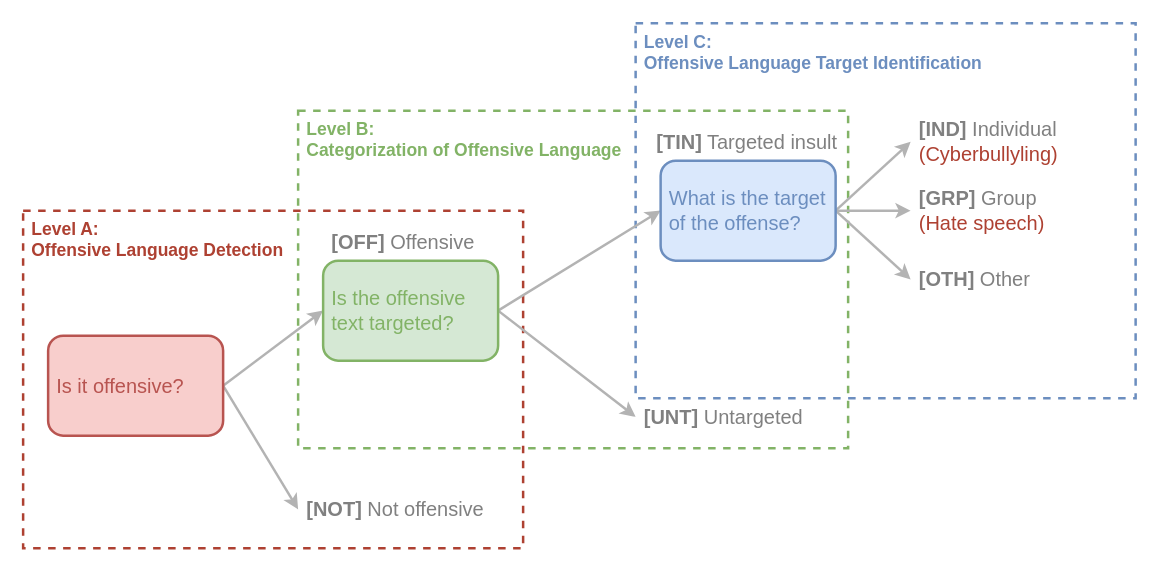
DougTrajano/olid-br keeps this draw.io diagram as page "OLID_taxonomy" (1 of 6) of docs/diagrams/diagrams.drawio. Above is the earlier version. Source tidied: cells renumbered, new cells numbered last; positions are measured from the earlier drawing's top-left corner, leaving out a move shared by most shapes. Both pictures are drawn from the tidied source at 125%, with x=0, y=0 at pixel (22, 22).
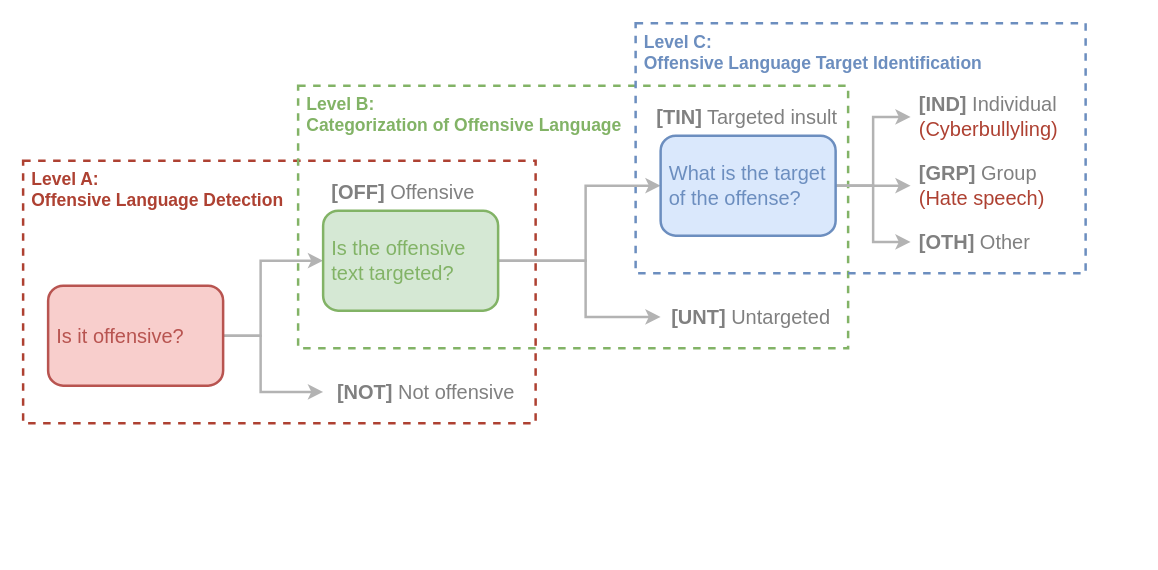
The same page after the edit.

Diff of the diagram source:
```diff
@@
     <mxCell id="2" value="Level A:&lt;br style=&quot;font-size: 14px;&quot;&gt;Offensive Language Detection" style="rounded=0;whiteSpace=wrap;html=1;strokeColor=#ae4132;fillColor=none;verticalAlign=top;align=left;fontColor=#AE4132;strokeWidth=2;spacingLeft=5;fontSize=14;fontStyle=1;dashed=1;" parent="1" vertex="1">
-      <mxGeometry y="150" width="400" height="270" as="geometry" />
+      <mxGeometry y="110" width="410" height="210" as="geometry" />
     </mxCell>
     <mxCell id="3" value="Level B:&lt;br style=&quot;font-size: 14px;&quot;&gt;Categorization of Offensive Language" style="rounded=0;whiteSpace=wrap;html=1;strokeColor=#82b366;fillColor=none;verticalAlign=top;align=left;fontColor=#82B366;strokeWidth=2;spacingLeft=5;fontSize=14;fontStyle=1;dashed=1;" parent="1" vertex="1">
-      <mxGeometry x="220" y="70" width="440" height="270" as="geometry" />
+      <mxGeometry x="220" y="50" width="440" height="210" as="geometry" />
     </mxCell>
     <mxCell id="4" value="Level C:&lt;br style=&quot;font-size: 14px;&quot;&gt;Offensive Language Target Identification" style="rounded=0;whiteSpace=wrap;html=1;strokeColor=#6c8ebf;fillColor=none;verticalAlign=top;align=left;fontColor=#6C8EBF;strokeWidth=2;spacingLeft=5;fontSize=14;fontStyle=1;dashed=1;" parent="1" vertex="1">
-      <mxGeometry x="490" width="400" height="300" as="geometry" />
+      <mxGeometry x="490" width="360" height="200" as="geometry" />
     </mxCell>
-    <mxCell id="5" style="rounded=0;jettySize=auto;html=1;entryX=0;entryY=0.5;entryDx=0;entryDy=0;fontSize=14;fontColor=#6C8EBF;startArrow=none;startFill=0;strokeWidth=2;strokeColor=#B3B3B3;exitX=1;exitY=0.5;exitDx=0;exitDy=0;" parent="1" edge="1" source="7" target="10">
-      <mxGeometry relative="1" as="geometry" />
+    <mxCell id="5" style="rounded=0;jettySize=auto;html=1;entryX=0;entryY=0.5;entryDx=0;entryDy=0;fontSize=14;fontColor=#6C8EBF;startArrow=none;startFill=0;strokeWidth=2;strokeColor=#B3B3B3;exitX=1;exitY=0.5;exitDx=0;exitDy=0;edgeStyle=orthogonalEdgeStyle;" parent="1" edge="1" source="7" target="10">
+      <mxGeometry relative="1" as="geometry">
+        <Array as="points">
+          <mxPoint x="190" y="250" />
+          <mxPoint x="190" y="190" />
+        </Array>
+      </mxGeometry>
     </mxCell>
-    <mxCell id="6" style="edgeStyle=none;rounded=0;jettySize=auto;html=1;exitX=1;exitY=0.5;exitDx=0;exitDy=0;entryX=0;entryY=0.5;entryDx=0;entryDy=0;fontSize=14;fontColor=#6C8EBF;startArrow=none;startFill=0;strokeColor=#B3B3B3;strokeWidth=2;" parent="1" edge="1" source="7" target="15">
-      <mxGeometry relative="1" as="geometry" />
+    <mxCell id="6" style="edgeStyle=orthogonalEdgeStyle;rounded=0;jettySize=auto;html=1;exitX=1;exitY=0.5;exitDx=0;exitDy=0;entryX=0;entryY=0.5;entryDx=0;entryDy=0;fontSize=14;fontColor=#6C8EBF;startArrow=none;startFill=0;strokeColor=#B3B3B3;strokeWidth=2;" parent="1" edge="1" source="7" target="15">
+      <mxGeometry relative="1" as="geometry">
+        <Array as="points">
+          <mxPoint x="190" y="250" />
+          <mxPoint x="190" y="295" />
+        </Array>
+      </mxGeometry>
     </mxCell>
     <mxCell id="7" value="Is it offensive?" style="rounded=1;whiteSpace=wrap;html=1;fillColor=#f8cecc;align=left;strokeColor=#b85450;strokeWidth=2;spacingLeft=5;fontSize=16;fontColor=#B85450;" parent="1" vertex="1">
-      <mxGeometry x="20" y="250" width="140" height="80" as="geometry" />
+      <mxGeometry x="20" y="210" width="140" height="80" as="geometry" />
     </mxCell>
-    <mxCell id="8" style="edgeStyle=none;rounded=0;jettySize=auto;html=1;entryX=0;entryY=0.5;entryDx=0;entryDy=0;fontSize=14;fontColor=#6C8EBF;startArrow=none;startFill=0;strokeColor=#B3B3B3;strokeWidth=2;exitX=1;exitY=0.5;exitDx=0;exitDy=0;" parent="1" edge="1" source="10" target="17">
-      <mxGeometry relative="1" as="geometry" />
+    <mxCell id="8" style="edgeStyle=orthogonalEdgeStyle;rounded=0;jettySize=auto;html=1;entryX=0;entryY=0.5;entryDx=0;entryDy=0;fontSize=14;fontColor=#6C8EBF;startArrow=none;startFill=0;strokeColor=#B3B3B3;strokeWidth=2;exitX=1;exitY=0.5;exitDx=0;exitDy=0;" parent="1" edge="1" source="10" target="17">
+      <mxGeometry relative="1" as="geometry">
+        <Array as="points">
+          <mxPoint x="450" y="190" />
+          <mxPoint x="450" y="235" />
+        </Array>
+      </mxGeometry>
     </mxCell>
-    <mxCell id="9" style="edgeStyle=none;rounded=0;jettySize=auto;html=1;exitX=1;exitY=0.5;exitDx=0;exitDy=0;entryX=0;entryY=0.5;entryDx=0;entryDy=0;fontSize=14;fontColor=#6C8EBF;startArrow=none;startFill=0;strokeColor=#B3B3B3;strokeWidth=2;" parent="1" edge="1" source="10" target="14">
-      <mxGeometry relative="1" as="geometry" />
+    <mxCell id="9" style="edgeStyle=orthogonalEdgeStyle;rounded=0;jettySize=auto;html=1;exitX=1;exitY=0.5;exitDx=0;exitDy=0;entryX=0;entryY=0.5;entryDx=0;entryDy=0;fontSize=14;fontColor=#6C8EBF;startArrow=none;startFill=0;strokeColor=#B3B3B3;strokeWidth=2;" parent="1" edge="1" source="10" target="14">
+      <mxGeometry relative="1" as="geometry">
+        <Array as="points">
+          <mxPoint x="450" y="190" />
+          <mxPoint x="450" y="130" />
+        </Array>
+      </mxGeometry>
     </mxCell>
     <mxCell id="10" value="Is the offensive text targeted?" style="rounded=1;whiteSpace=wrap;html=1;fillColor=#d5e8d4;align=left;strokeColor=#82b366;strokeWidth=2;spacingLeft=5;fontSize=16;fontColor=#82B366;" parent="1" vertex="1">
-      <mxGeometry x="240" y="190" width="140" height="80" as="geometry" />
+      <mxGeometry x="240" y="150" width="140" height="80" as="geometry" />
     </mxCell>
-    <mxCell id="11" style="edgeStyle=none;rounded=0;jettySize=auto;html=1;exitX=1;exitY=0.5;exitDx=0;exitDy=0;entryX=0;entryY=0.5;entryDx=0;entryDy=0;fontSize=14;fontColor=#6C8EBF;startArrow=none;startFill=0;strokeColor=#B3B3B3;strokeWidth=2;" parent="1" edge="1" source="14" target="19">
+    <mxCell id="11" style="edgeStyle=orthogonalEdgeStyle;rounded=0;jettySize=auto;html=1;exitX=1;exitY=0.5;exitDx=0;exitDy=0;entryX=0;entryY=0.5;entryDx=0;entryDy=0;fontSize=14;fontColor=#6C8EBF;startArrow=none;startFill=0;strokeColor=#B3B3B3;strokeWidth=2;" parent="1" edge="1" source="14" target="19">
       <mxGeometry relative="1" as="geometry" />
     </mxCell>
-    <mxCell id="12" style="edgeStyle=none;rounded=0;jettySize=auto;html=1;exitX=1;exitY=0.5;exitDx=0;exitDy=0;fontSize=14;fontColor=#6C8EBF;startArrow=none;startFill=0;strokeColor=#B3B3B3;strokeWidth=2;" parent="1" edge="1" source="14" target="18">
+    <mxCell id="12" style="edgeStyle=orthogonalEdgeStyle;rounded=0;jettySize=auto;html=1;exitX=1;exitY=0.5;exitDx=0;exitDy=0;fontSize=14;fontColor=#6C8EBF;startArrow=none;startFill=0;strokeColor=#B3B3B3;strokeWidth=2;" parent="1" edge="1" source="14" target="18">
       <mxGeometry relative="1" as="geometry" />
     </mxCell>
-    <mxCell id="13" style="edgeStyle=none;rounded=0;jettySize=auto;html=1;exitX=1;exitY=0.5;exitDx=0;exitDy=0;entryX=0;entryY=0.5;entryDx=0;entryDy=0;fontSize=14;fontColor=#6C8EBF;startArrow=none;startFill=0;strokeColor=#B3B3B3;strokeWidth=2;" parent="1" edge="1" source="14" target="16">
+    <mxCell id="13" style="edgeStyle=orthogonalEdgeStyle;rounded=0;jettySize=auto;html=1;exitX=1;exitY=0.5;exitDx=0;exitDy=0;entryX=0;entryY=0.5;entryDx=0;entryDy=0;fontSize=14;fontColor=#6C8EBF;startArrow=none;startFill=0;strokeColor=#B3B3B3;strokeWidth=2;" parent="1" edge="1" source="14" target="16">
       <mxGeometry relative="1" as="geometry" />
     </mxCell>
     <mxCell id="14" value="What is the target of the offense?" style="rounded=1;whiteSpace=wrap;html=1;fillColor=#dae8fc;align=left;strokeColor=#6c8ebf;strokeWidth=2;spacingLeft=5;fontSize=16;fontColor=#6C8EBF;" parent="1" vertex="1">
-      <mxGeometry x="510" y="110" width="140" height="80" as="geometry" />
+      <mxGeometry x="510" y="90" width="140" height="80" as="geometry" />
     </mxCell>
-    <mxCell id="15" value="&lt;font color=&quot;#808080&quot; style=&quot;font-size: 16px;&quot;&gt;&lt;b style=&quot;font-size: 16px;&quot;&gt;[NOT]&lt;/b&gt; Not offensive&lt;/font&gt;" style="text;html=1;strokeColor=none;fillColor=none;align=left;verticalAlign=middle;whiteSpace=wrap;rounded=0;fontSize=16;fontColor=#6C8EBF;spacingLeft=5;" parent="1" vertex="1">
-      <mxGeometry x="220" y="374" width="150" height="30" as="geometry" />
+    <mxCell id="15" value="&lt;font color=&quot;#808080&quot; style=&quot;font-size: 16px;&quot;&gt;&lt;b style=&quot;font-size: 16px;&quot;&gt;[NOT]&lt;/b&gt; Not offensive&lt;/font&gt;" style="text;html=1;strokeColor=none;fillColor=none;align=center;verticalAlign=middle;whiteSpace=wrap;rounded=0;fontSize=16;fontColor=#6C8EBF;spacingLeft=5;" parent="1" vertex="1">
+      <mxGeometry x="240" y="280" width="160" height="30" as="geometry" />
     </mxCell>
     <mxCell id="16" value="&lt;font color=&quot;#808080&quot; style=&quot;font-size: 16px;&quot;&gt;&lt;b style=&quot;font-size: 16px;&quot;&gt;[IND]&lt;/b&gt; Individual&lt;/font&gt;&lt;br style=&quot;font-size: 16px;&quot;&gt;&lt;font color=&quot;#ae4132&quot; style=&quot;font-size: 16px;&quot;&gt;(Cyberbullyling)&lt;/font&gt;" style="text;html=1;strokeColor=none;fillColor=none;align=left;verticalAlign=middle;whiteSpace=wrap;rounded=0;fontSize=16;fontColor=#6C8EBF;spacingLeft=5;" parent="1" vertex="1">
-      <mxGeometry x="710" y="80" width="150" height="30" as="geometry" />
+      <mxGeometry x="710" y="50" width="150" height="50" as="geometry" />
     </mxCell>
-    <mxCell id="17" value="&lt;font color=&quot;#808080&quot; style=&quot;font-size: 16px;&quot;&gt;&lt;b style=&quot;font-size: 16px;&quot;&gt;[UNT]&lt;/b&gt; Untargeted&lt;/font&gt;" style="text;html=1;strokeColor=none;fillColor=none;align=left;verticalAlign=middle;whiteSpace=wrap;rounded=0;fontSize=16;fontColor=#6C8EBF;spacingLeft=5;" parent="1" vertex="1">
-      <mxGeometry x="490" y="300" width="150" height="30" as="geometry" />
+    <mxCell id="17" value="&lt;font color=&quot;#808080&quot; style=&quot;font-size: 16px;&quot;&gt;&lt;b style=&quot;font-size: 16px;&quot;&gt;[UNT]&lt;/b&gt; Untargeted&lt;/font&gt;" style="text;html=1;strokeColor=none;fillColor=none;align=center;verticalAlign=middle;whiteSpace=wrap;rounded=0;fontSize=16;fontColor=#6C8EBF;spacingLeft=5;" parent="1" vertex="1">
+      <mxGeometry x="510" y="220" width="140" height="30" as="geometry" />
     </mxCell>
     <mxCell id="18" value="&lt;font color=&quot;#808080&quot; style=&quot;font-size: 16px;&quot;&gt;&lt;b style=&quot;font-size: 16px;&quot;&gt;[GRP]&lt;/b&gt; Group&lt;/font&gt;&lt;br style=&quot;font-size: 16px;&quot;&gt;&lt;font color=&quot;#ae4132&quot; style=&quot;font-size: 16px;&quot;&gt;(Hate speech)&lt;/font&gt;" style="text;html=1;strokeColor=none;fillColor=none;align=left;verticalAlign=middle;whiteSpace=wrap;rounded=0;fontSize=16;fontColor=#6C8EBF;spacingLeft=5;" parent="1" vertex="1">
-      <mxGeometry x="710" y="135" width="150" height="30" as="geometry" />
+      <mxGeometry x="710" y="107.5" width="150" height="45" as="geometry" />
     </mxCell>
     <mxCell id="19" value="&lt;font color=&quot;#808080&quot; style=&quot;font-size: 16px;&quot;&gt;&lt;b style=&quot;font-size: 16px;&quot;&gt;[OTH]&lt;/b&gt; Other&lt;/font&gt;" style="text;html=1;strokeColor=none;fillColor=none;align=left;verticalAlign=middle;whiteSpace=wrap;rounded=0;fontSize=16;fontColor=#6C8EBF;spacingLeft=5;" parent="1" vertex="1">
-      <mxGeometry x="710" y="190" width="150" height="30" as="geometry" />
+      <mxGeometry x="710" y="160" width="150" height="30" as="geometry" />
     </mxCell>
     <mxCell id="20" value="&lt;font color=&quot;#808080&quot; style=&quot;font-size: 16px;&quot;&gt;&lt;b style=&quot;font-size: 16px;&quot;&gt;[OFF]&lt;/b&gt; Offensive&lt;/font&gt;" style="text;html=1;strokeColor=none;fillColor=none;align=left;verticalAlign=middle;whiteSpace=wrap;rounded=0;fontSize=16;fontColor=#6C8EBF;spacingLeft=5;" parent="1" vertex="1">
-      <mxGeometry x="240" y="160" width="150" height="30" as="geometry" />
+      <mxGeometry x="240" y="120" width="150" height="30" as="geometry" />
     </mxCell>
     <mxCell id="21" value="&lt;font color=&quot;#808080&quot; style=&quot;font-size: 16px;&quot;&gt;&lt;b style=&quot;font-size: 16px;&quot;&gt;[TIN]&lt;/b&gt; Targeted insult&lt;/font&gt;" style="text;html=1;strokeColor=none;fillColor=none;align=left;verticalAlign=middle;whiteSpace=wrap;rounded=0;fontSize=16;fontColor=#6C8EBF;spacingLeft=5;" parent="1" vertex="1">
-      <mxGeometry x="500" y="80" width="160" height="30" as="geometry" />
+      <mxGeometry x="500" y="60" width="160" height="30" as="geometry" />
     </mxCell>
```
